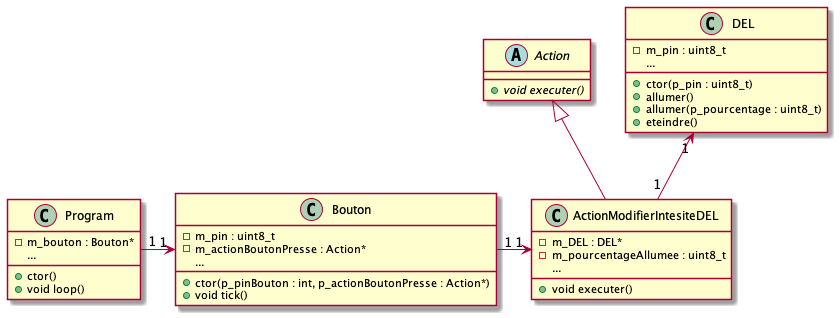
Before: images/Module06_ProgrammationEntreesNumeriques/wsd/diagramme_classes/dc_Bouton.png, a diagram exported from PlantUML (PiFou86/420-W48-SF). Source of this version:
```plantuml
@startuml dc_Bouton
skinparam maxMessageSize 50

class Program {
    - m_bouton : Bouton*
    ...
    + ctor()
    + void loop()
}

class Bouton {
    - m_pin : uint8_t
    - m_actionBoutonPresse : Action*
    ...
    + ctor(p_pinBouton : int, p_actionBoutonPresse : Action*)
    + void tick()
}

abstract class Action {
    + void executer() {abstract}
}

class ActionModifierIntesiteDEL {
    - m_DEL : DEL*
    - m_pourcentageAllumee : uint8_t
    ...
    + void executer()
}

Action <|-- ActionModifierIntesiteDEL

class DEL {
    - m_pin : uint8_t
    ...
    + ctor(p_pin : uint8_t)
    + allumer()
    + allumer(p_pourcentage : uint8_t)
    + eteindre()
}

DEL "1" <-- "1" ActionModifierIntesiteDEL
Bouton "1" <-left- "1" Program
ActionModifierIntesiteDEL "1" <-left- "1" Bouton


@enduml
```
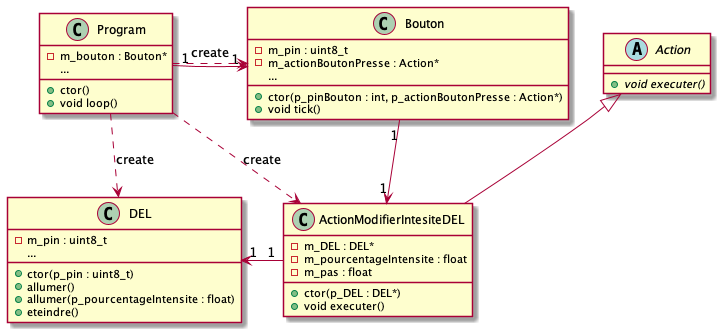
Later version of the same file.

Commit message:
Clarification du texte et du diagramme

The edit, as a diff of the source:
```diff
@@ -22,8 +22,9 @@
 
 class ActionModifierIntesiteDEL {
     - m_DEL : DEL*
-    - m_pourcentageAllumee : uint8_t
-    ...
+    - m_pourcentageIntensite : float
+    - m_pas : float
+    + ctor(p_DEL : DEL*)
     + void executer()
 }
 
@@ -34,13 +35,15 @@
     ...
     + ctor(p_pin : uint8_t)
     + allumer()
-    + allumer(p_pourcentage : uint8_t)
+    + allumer(p_pourcentageIntensite : float)
     + eteindre()
 }
 
-DEL "1" <-- "1" ActionModifierIntesiteDEL
+DEL "1" <-right- "1" ActionModifierIntesiteDEL
 Bouton "1" <-left- "1" Program
 ActionModifierIntesiteDEL "1" <-left- "1" Bouton
-
+Program ..> DEL : create
+Program ..> Bouton : create
+Program ..> ActionModifierIntesiteDEL : create
 
 @enduml
```
